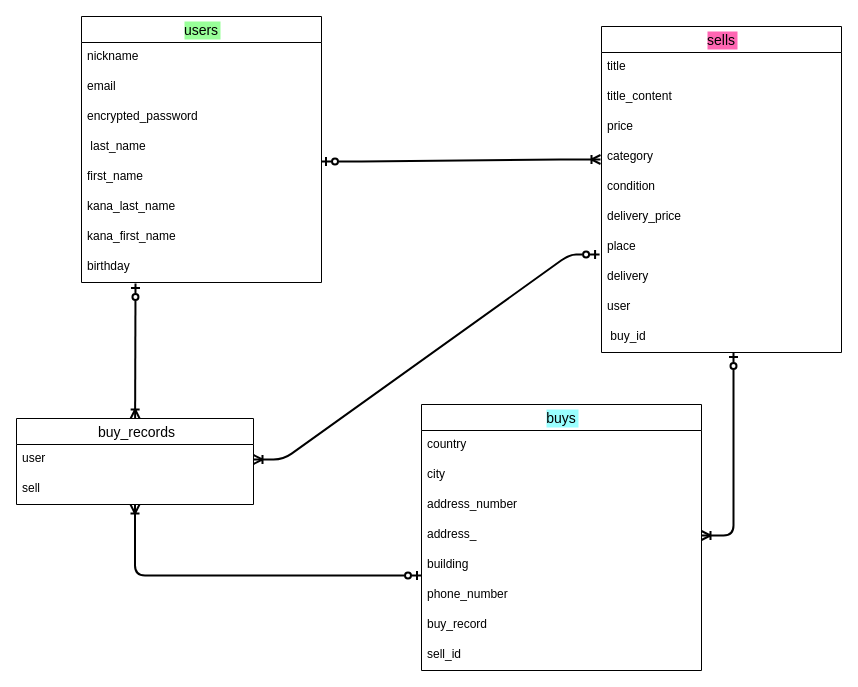
Above: furima.dio in utidayudai/furima-38448 (draw.io), before the change. Source tidied: cells renumbered, new cells numbered last; positions are measured from the earlier drawing's top-left corner, leaving out a move shared by most shapes. Both pictures are drawn from the tidied source at 100%, with x=0, y=0 at pixel (16, 16).
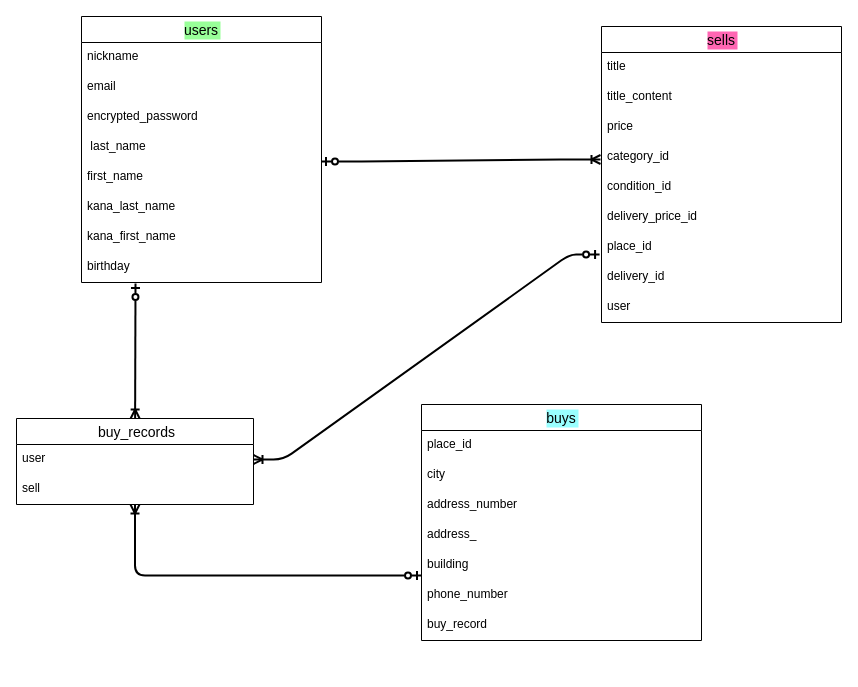
After the change.

Unchanged cells that the change refers to:
```xml
<mxCell id="28" value="address_" style="text;strokeColor=none;fillColor=none;spacingLeft=4;spacingRight=4;overflow=hidden;points=[[0,0.5],[1,0.5]];portConstraint=eastwest;fontSize=12;" parent="24" vertex="1">
  <mxGeometry y="116" width="280" height="30" as="geometry" />
</mxCell>
```

The edit, as a diff of the source:
```diff
@@
-    <mxCell id="12" style="edgeStyle=orthogonalEdgeStyle;html=1;endArrow=ERoneToMany;endFill=0;strokeWidth=2;exitX=0.55;exitY=1;exitDx=0;exitDy=0;exitPerimeter=0;entryX=1;entryY=0.5;entryDx=0;entryDy=0;startArrow=ERzeroToOne;startFill=0;" parent="1" edge="1" source="23" target="28">
-      <mxGeometry relative="1" as="geometry" />
-    </mxCell>
     <mxCell id="13" value="sells" style="swimlane;fontStyle=0;horizontal=1;startSize=26;align=center;fontSize=14;labelBackgroundColor=#FF66B3;" parent="1" vertex="1">
-      <mxGeometry x="585" y="10" width="240" height="326" as="geometry" />
+      <mxGeometry x="585" y="10" width="240" height="296" as="geometry" />
     </mxCell>
@@
-    <mxCell id="17" value="category" style="text;strokeColor=none;fillColor=none;spacingLeft=4;spacingRight=4;overflow=hidden;fontSize=12;labelBackgroundColor=none;" parent="13" vertex="1">
+    <mxCell id="17" value="category_id" style="text;strokeColor=none;fillColor=none;spacingLeft=4;spacingRight=4;overflow=hidden;fontSize=12;labelBackgroundColor=none;" parent="13" vertex="1">
       <mxGeometry y="116" width="240" height="30" as="geometry" />
     </mxCell>
-    <mxCell id="18" value="condition" style="text;strokeColor=none;fillColor=none;spacingLeft=4;spacingRight=4;overflow=hidden;fontSize=12;labelBackgroundColor=none;" parent="13" vertex="1">
+    <mxCell id="18" value="condition_id" style="text;strokeColor=none;fillColor=none;spacingLeft=4;spacingRight=4;overflow=hidden;fontSize=12;labelBackgroundColor=none;" parent="13" vertex="1">
       <mxGeometry y="146" width="240" height="30" as="geometry" />
     </mxCell>
-    <mxCell id="19" value="delivery_price" style="text;strokeColor=none;fillColor=none;spacingLeft=4;spacingRight=4;overflow=hidden;fontSize=12;labelBackgroundColor=none;" parent="13" vertex="1">
+    <mxCell id="19" value="delivery_price_id" style="text;strokeColor=none;fillColor=none;spacingLeft=4;spacingRight=4;overflow=hidden;fontSize=12;labelBackgroundColor=none;" parent="13" vertex="1">
       <mxGeometry y="176" width="240" height="30" as="geometry" />
     </mxCell>
-    <mxCell id="20" value="place" style="text;strokeColor=none;fillColor=none;spacingLeft=4;spacingRight=4;overflow=hidden;points=[[0,0.5],[1,0.5]];portConstraint=eastwest;fontSize=12;labelBackgroundColor=none;" parent="13" vertex="1">
+    <mxCell id="20" value="place_id" style="text;strokeColor=none;fillColor=none;spacingLeft=4;spacingRight=4;overflow=hidden;points=[[0,0.5],[1,0.5]];portConstraint=eastwest;fontSize=12;labelBackgroundColor=none;" parent="13" vertex="1">
       <mxGeometry y="206" width="240" height="30" as="geometry" />
     </mxCell>
-    <mxCell id="21" value="delivery" style="text;strokeColor=none;fillColor=none;spacingLeft=4;spacingRight=4;overflow=hidden;fontSize=12;labelBackgroundColor=none;" parent="13" vertex="1">
+    <mxCell id="21" value="delivery_id" style="text;strokeColor=none;fillColor=none;spacingLeft=4;spacingRight=4;overflow=hidden;fontSize=12;labelBackgroundColor=none;" parent="13" vertex="1">
       <mxGeometry y="236" width="240" height="30" as="geometry" />
     </mxCell>
@@
-    <mxCell id="23" value=" buy_id" style="text;strokeColor=none;fillColor=none;spacingLeft=4;spacingRight=4;overflow=hidden;points=[[0,0.5],[1,0.5]];portConstraint=eastwest;fontSize=12;labelBackgroundColor=none;" parent="13" vertex="1">
-      <mxGeometry y="296" width="240" height="30" as="geometry" />
-    </mxCell>
     <mxCell id="24" value="buys" style="swimlane;fontStyle=0;horizontal=1;startSize=26;align=center;fontSize=14;labelBackgroundColor=#99FFFF;" parent="1" vertex="1">
-      <mxGeometry x="405" y="388" width="280" height="266" as="geometry" />
+      <mxGeometry x="405" y="388" width="280" height="236" as="geometry" />
     </mxCell>
-    <mxCell id="25" value="country" style="text;strokeColor=none;fillColor=none;spacingLeft=4;spacingRight=4;overflow=hidden;fontSize=12;" parent="24" vertex="1">
+    <mxCell id="25" value="place_id" style="text;strokeColor=none;fillColor=none;spacingLeft=4;spacingRight=4;overflow=hidden;fontSize=12;" parent="24" vertex="1">
       <mxGeometry y="26" width="280" height="30" as="geometry" />
     </mxCell>
@@
-    <mxCell id="32" value="sell_id" style="text;strokeColor=none;fillColor=none;spacingLeft=4;spacingRight=4;overflow=hidden;fontSize=12;" parent="24" vertex="1">
-      <mxGeometry y="236" width="280" height="30" as="geometry" />
-    </mxCell>
```
